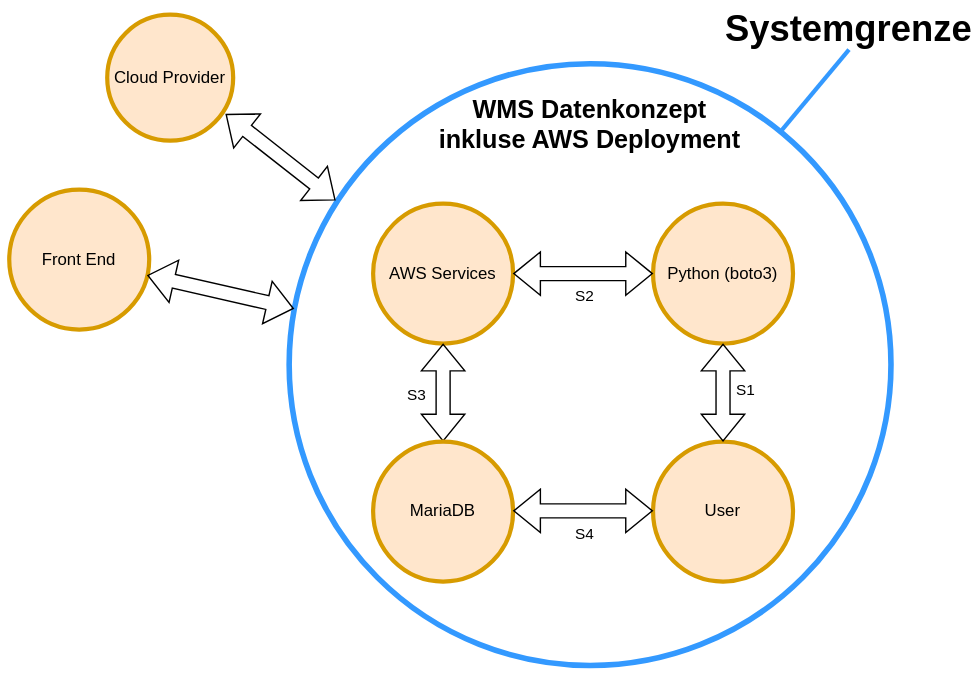
Before: bilder/Systemgrenzen.drawio.svg, a diagram exported from draw.io (blro-ep/ITCNE23-SEM-III). Source tidied: cells renumbered, new cells last; positions are measured from the earlier drawing's top-left corner, leaving out a move shared by most shapes.
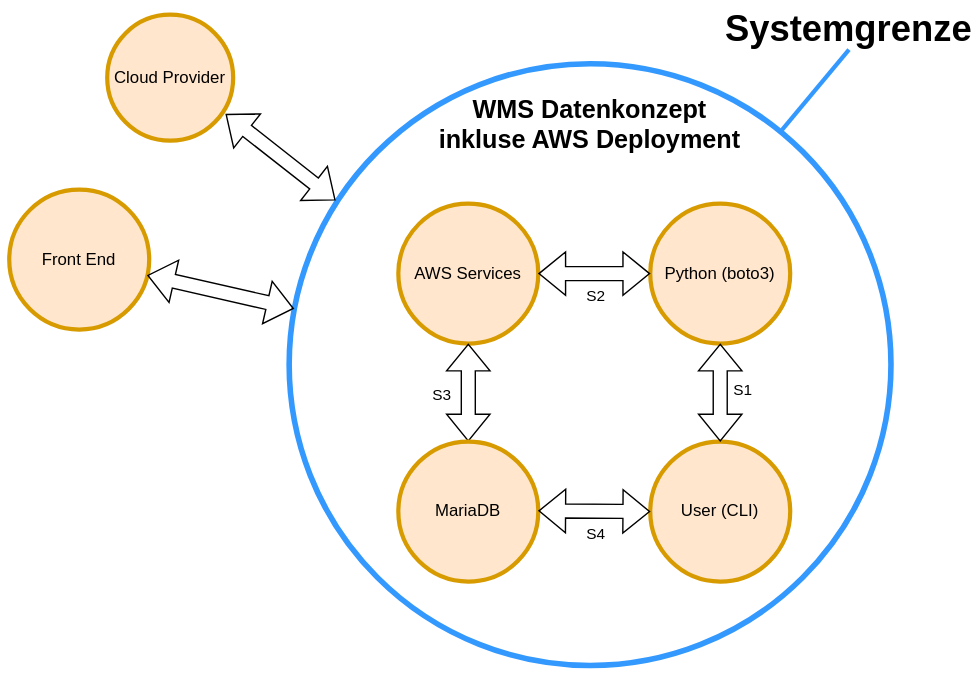
The same diagram one commit later.

What changed in the source:
```diff
@@ -27,16 +27,16 @@
       <mxGeometry x="-0.23" y="-3" relative="1" as="geometry" />
     </mxCell>
     <mxCell id="10" value="Python (boto3)" style="ellipse;whiteSpace=wrap;html=1;fillColor=#ffe6cc;strokeColor=#d79b00;strokeWidth=3;" parent="1" vertex="1">
-      <mxGeometry x="460" y="140" width="100" height="100" as="geometry" />
+      <mxGeometry x="458" y="140" width="100" height="100" as="geometry" />
     </mxCell>
     <mxCell id="11" value="AWS Services" style="ellipse;whiteSpace=wrap;html=1;fillColor=#ffe6cc;strokeColor=#d79b00;strokeWidth=3;" parent="1" vertex="1">
-      <mxGeometry x="260" y="140" width="100" height="100" as="geometry" />
+      <mxGeometry x="278" y="140" width="100" height="100" as="geometry" />
     </mxCell>
     <mxCell id="12" value="S2" style="shape=flexArrow;endArrow=classic;startArrow=classic;html=1;rounded=0;verticalAlign=middle;" parent="1" edge="1" source="11" target="10">
       <mxGeometry x="0.03" y="-16" relative="1" as="geometry" />
     </mxCell>
-    <mxCell id="13" value="User" style="ellipse;whiteSpace=wrap;html=1;fillColor=#ffe6cc;strokeColor=#d79b00;strokeWidth=3;" parent="1" vertex="1">
-      <mxGeometry x="460" y="310" width="100" height="100" as="geometry" />
+    <mxCell id="13" value="User (CLI)" style="ellipse;whiteSpace=wrap;html=1;fillColor=#ffe6cc;strokeColor=#d79b00;strokeWidth=3;" parent="1" vertex="1">
+      <mxGeometry x="458" y="310" width="100" height="100" as="geometry" />
     </mxCell>
     <mxCell id="14" value="S1" style="shape=flexArrow;endArrow=classic;startArrow=classic;html=1;rounded=0;verticalAlign=middle;entryX=0.5;entryY=1;entryDx=0;entryDy=0;" parent="1" edge="1" source="13" target="10">
       <mxGeometry x="0.06" y="-16" relative="1" as="geometry" />
@@ -47,12 +47,12 @@
       </mxGeometry>
     </mxCell>
     <mxCell id="16" value="MariaDB" style="ellipse;whiteSpace=wrap;html=1;fillColor=#ffe6cc;strokeColor=#d79b00;strokeWidth=3;" parent="1" vertex="1">
-      <mxGeometry x="260" y="310" width="100" height="100" as="geometry" />
+      <mxGeometry x="278" y="310" width="100" height="100" as="geometry" />
     </mxCell>
     <mxCell id="17" value="S4" style="shape=flexArrow;endArrow=classic;startArrow=classic;html=1;rounded=0;verticalAlign=middle;" parent="1" edge="1">
       <mxGeometry x="0.03" y="-16" relative="1" as="geometry">
-        <mxPoint x="360" y="359.5" as="sourcePoint" />
-        <mxPoint x="460" y="359.5" as="targetPoint" />
+        <mxPoint x="378" y="359.5" as="sourcePoint" />
+        <mxPoint x="458" y="360" as="targetPoint" />
       </mxGeometry>
     </mxCell>
   </root>
```
